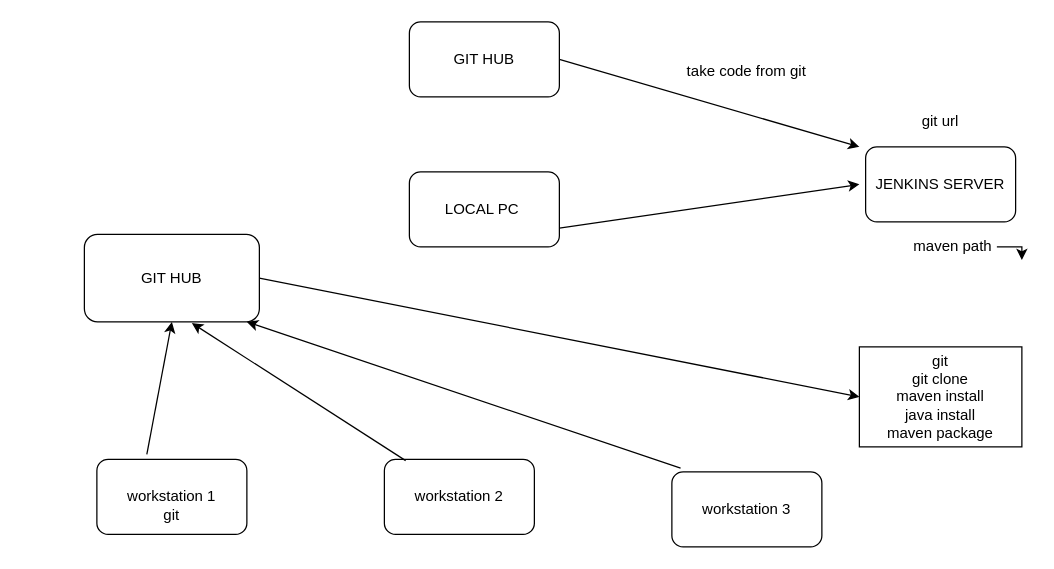
Earlier version of the draw.io diagram jenkins_master tool.drawio (ashisnishanka/JENKINS). Source tidied: cells renumbered, new cells numbered last; positions are measured from the earlier drawing's top-left corner, leaving out a move shared by most shapes. Both pictures are drawn from the tidied source at 125%, with x=0, y=0 at pixel (84, 21).
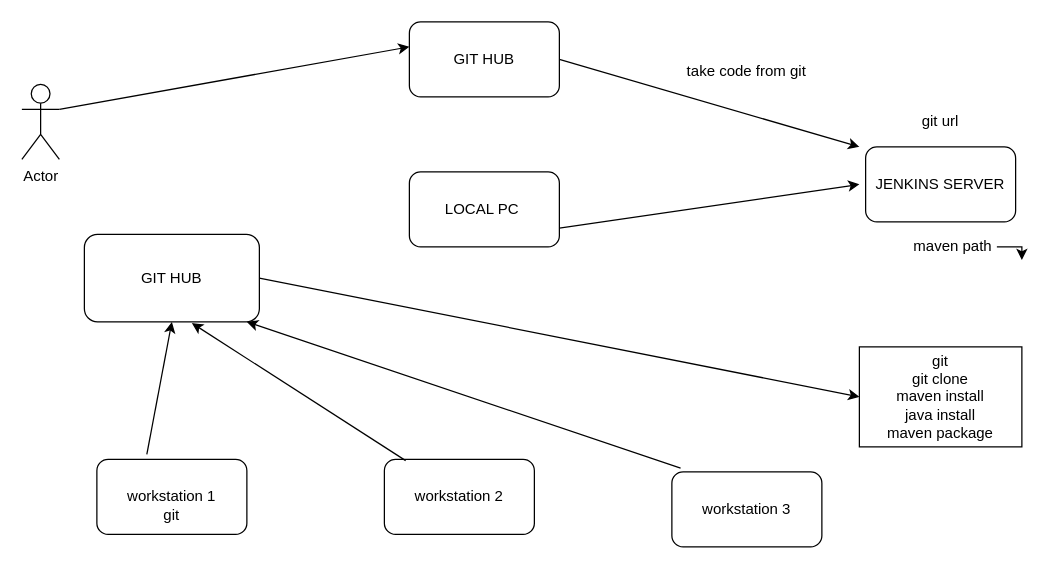
After the change.

The change refers to these unchanged cells:
```xml
<mxCell id="12" value="GIT HUB" style="rounded=1;whiteSpace=wrap;html=1;" parent="1" vertex="1">
  <mxGeometry x="260" width="120" height="60" as="geometry" />
</mxCell>
```

Change to the diagram source:
```diff
@@
+    <mxCell id="20" value="Actor" style="shape=umlActor;verticalLabelPosition=bottom;verticalAlign=top;html=1;outlineConnect=0;" parent="1" vertex="1">
+      <mxGeometry x="-50" y="50" width="30" height="60" as="geometry" />
+    </mxCell>
+    <mxCell id="21" style="endArrow=classic;html=1;exitX=1;exitY=0.3333333333333333;exitDx=0;exitDy=0;exitPerimeter=0;entryX=0;entryY=0.333;entryDx=0;entryDy=0;entryPerimeter=0;" parent="1" edge="1" source="20" target="12">
+      <mxGeometry relative="1" as="geometry" />
+    </mxCell>
```
